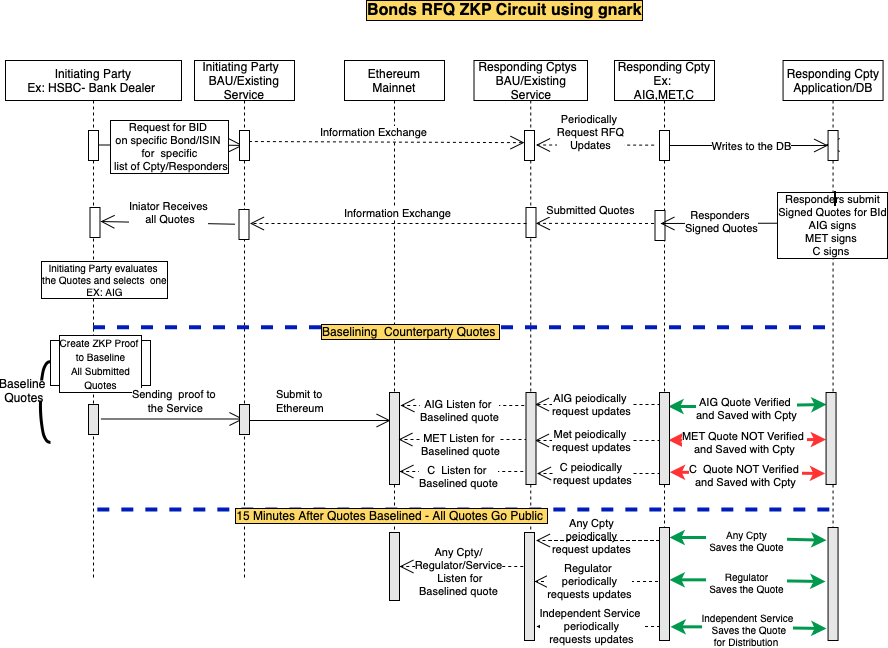
Above: examples/financialcircuit/doc/DiagramZKP_Bond_RFQ.png in ethereum-oasis-op/baseline (draw.io), before the change. Source tidied: cells renumbered, new cells last; positions are measured from the earlier drawing's top-left corner, leaving out a move shared by most shapes.
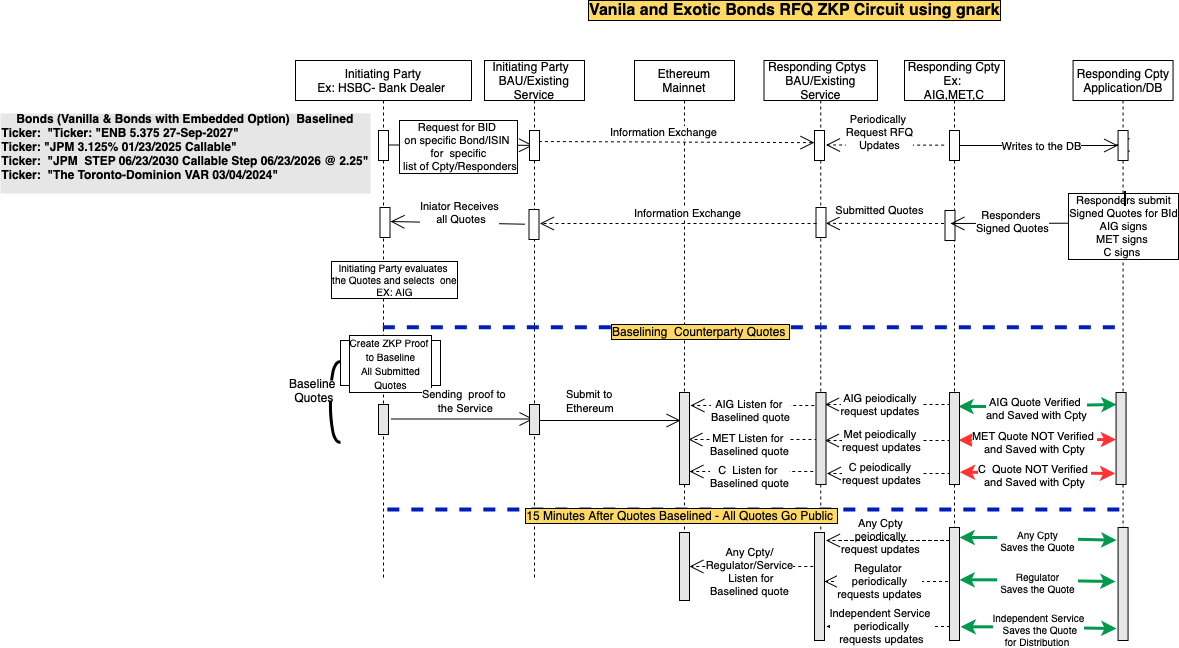
Later version of the same file.

The edit, as a diff of the source:
```diff
@@ -131,8 +131,8 @@
         <mxPoint x="8" y="-3" as="offset" />
       </mxGeometry>
     </mxCell>
-    <mxCell id="32" value="Bonds RFQ ZKP Circuit using gnark" style="text;html=1;align=center;verticalAlign=middle;strokeColor=none;labelBorderColor=#000000;fontStyle=1;fontSize=16;labelBackgroundColor=#FFD966;" parent="1" vertex="1">
-      <mxGeometry x="355" width="290" height="20" as="geometry" />
+    <mxCell id="32" value="Vanila and Exotic Bonds RFQ ZKP Circuit using gnark" style="text;html=1;align=center;verticalAlign=middle;strokeColor=none;labelBorderColor=#000000;fontStyle=1;fontSize=16;labelBackgroundColor=#FFD966;" parent="1" vertex="1">
+      <mxGeometry x="285" width="430" height="20" as="geometry" />
     </mxCell>
     <mxCell id="33" style="endArrow=none;dashed=1;html=1;fontSize=15;jumpSize=11;fillColor=#0050ef;strokeColor=#001DBC;strokeWidth=4;entryX=0.504;entryY=0.494;entryDx=0;entryDy=0;entryPerimeter=0;" parent="1" edge="1" source="2" target="15">
       <mxGeometry relative="1" as="geometry" />
@@ -225,7 +225,7 @@
         <mxPoint x="51" y="39" as="offset" />
       </mxGeometry>
     </mxCell>
-    <mxCell id="53" value="AIG peiodically&amp;nbsp;&lt;br&gt;request updates" style="edgeLabel;html=1;align=center;verticalAlign=middle;" parent="52" vertex="1">
+    <mxCell id="53" value="AIG peiodically&amp;nbsp;&lt;br&gt;request updates &lt;br&gt;" style="edgeLabel;html=1;align=center;verticalAlign=middle;" parent="52" vertex="1">
       <mxGeometry x="0.12" y="-1" relative="1" as="geometry" />
     </mxCell>
     <mxCell id="54" style="endArrow=open;endSize=12;dashed=1;html=1;" parent="1" edge="1">
@@ -419,5 +419,8 @@
     <mxCell id="87" value="Independent Service&amp;nbsp;&lt;br&gt;periodically&lt;br&gt;requests updates" style="edgeLabel;html=1;align=center;verticalAlign=middle;" parent="86" vertex="1">
       <mxGeometry x="0.12" y="-1" relative="1" as="geometry" />
     </mxCell>
+    <mxCell id="88" value="&lt;div&gt;&lt;b&gt;Bonds (Vanilla &amp;amp; Bonds with Embedded Option) &amp;nbsp;Baselined&lt;/b&gt;&lt;/div&gt;&lt;div style=&quot;text-align: left&quot;&gt;&lt;b&gt;Ticker: &amp;nbsp;&quot;Ticker: &quot;ENB 5.375 27-Sep-2027&quot;&lt;br&gt;&lt;/b&gt;&lt;/div&gt;&lt;div style=&quot;text-align: left&quot;&gt;&lt;b&gt;Ticker: &quot;JPM 3.125% 01/23/2025 Callable&quot;&lt;/b&gt;&lt;/div&gt;&lt;b&gt;Ticker: &amp;nbsp;&quot;JPM &amp;nbsp;STEP 06/23/2030 Callable Step 06/23/2026 @ 2.25&quot;&lt;br&gt;&lt;/b&gt;&lt;div style=&quot;text-align: left&quot;&gt;&lt;b&gt;Ticker: &amp;nbsp;&quot;The Toronto-Dominion VAR 03/04/2024&quot;&lt;/b&gt;&lt;/div&gt;&lt;div style=&quot;text-align: left&quot;&gt;&lt;br&gt;&lt;/div&gt;" style="text;html=1;strokeColor=none;fillColor=#E6E6E6;align=center;verticalAlign=middle;whiteSpace=wrap;rounded=0;shadow=0;" parent="1" vertex="1">
+      <mxGeometry x="-294" y="113" width="370" height="80" as="geometry" />
+    </mxCell>
   </root>
 </mxGraphModel>
```
